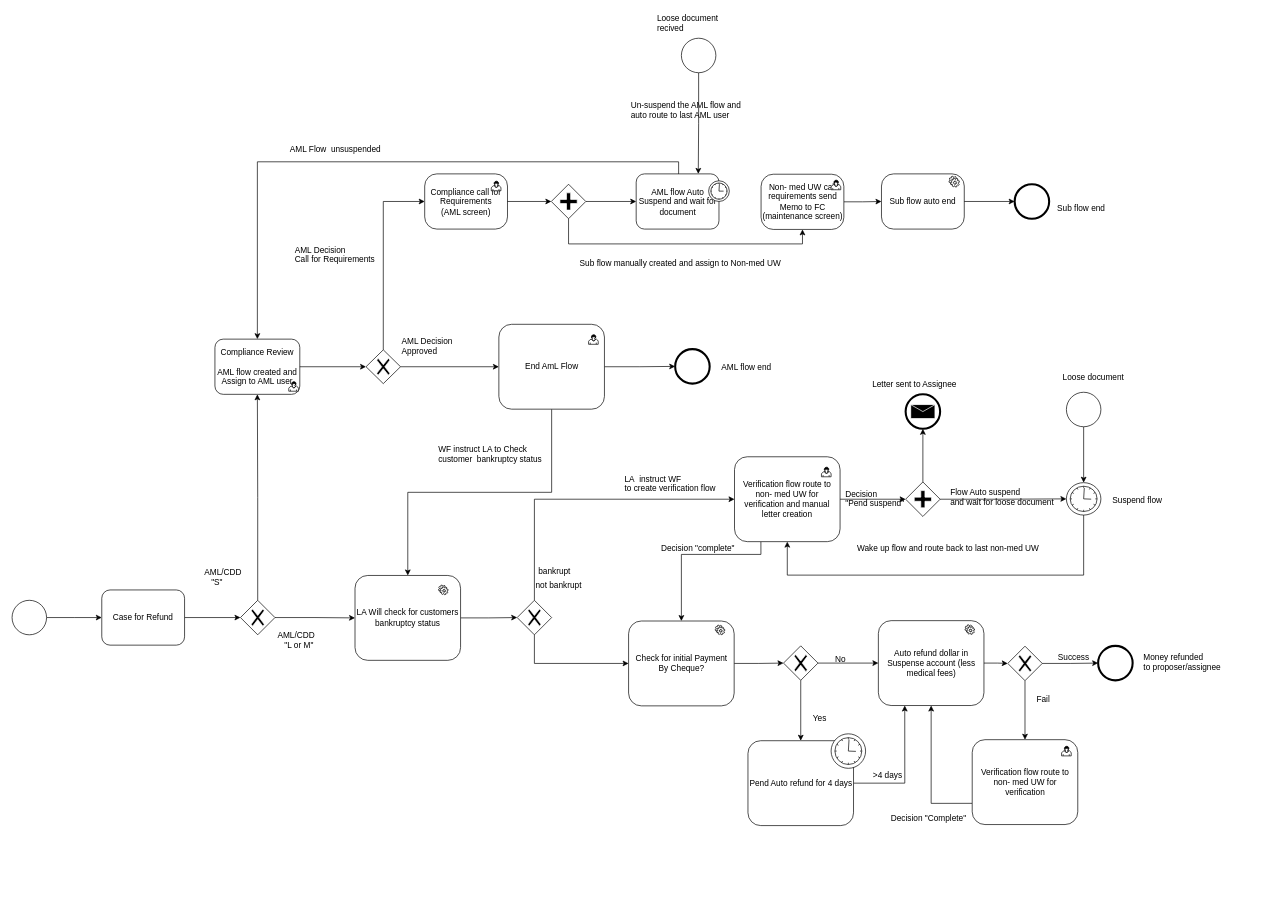
Above: page "Refund" (11 of 13) of Jeff.drawio in Jefferzonlee/WorkFlow-BPR (draw.io), before the change. Source tidied: cells renumbered, new cells numbered last; positions are measured from the earlier drawing's top-left corner, leaving out a move shared by most shapes. Both pictures are drawn from the tidied source at 69%, with x=0, y=0 at pixel (12, 12).
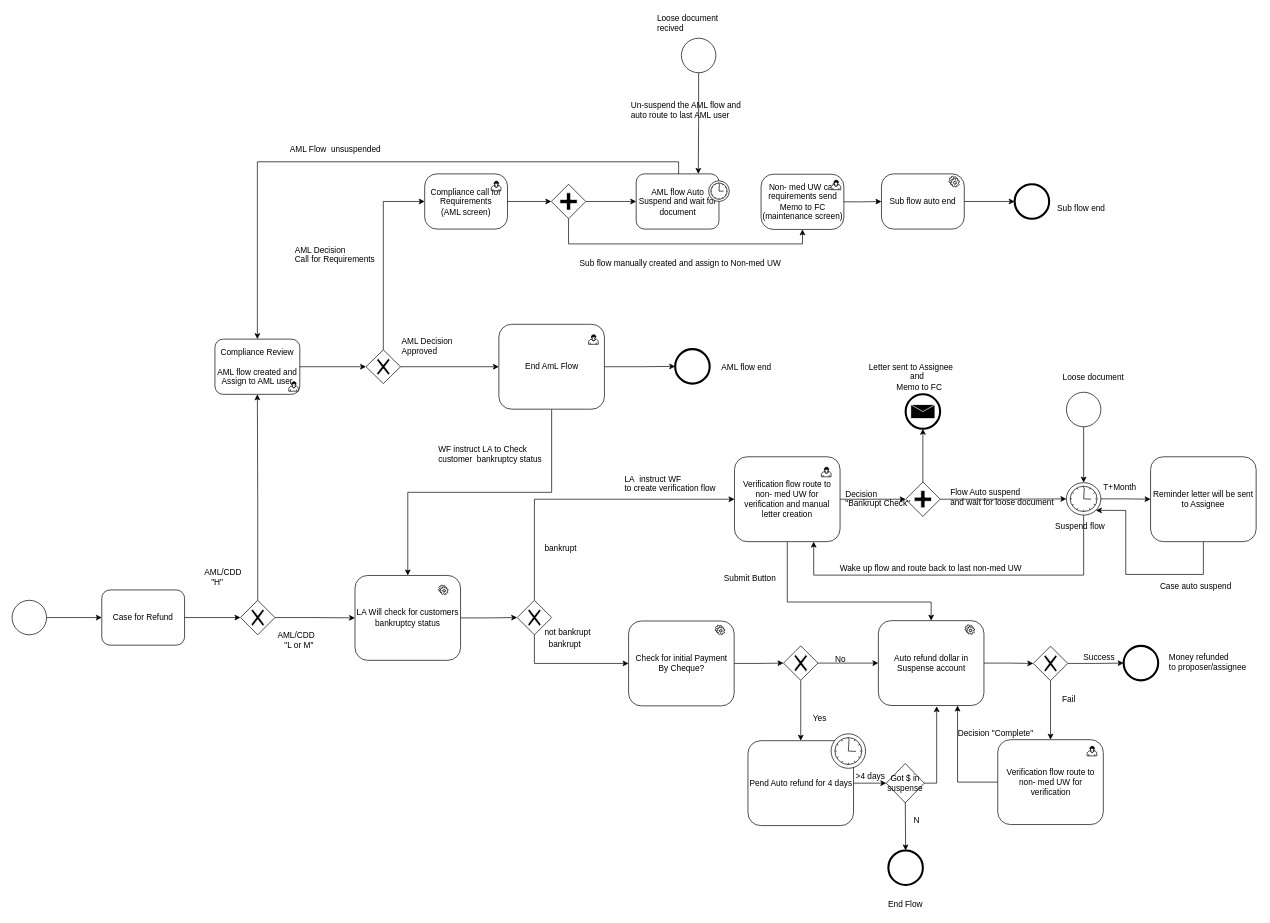
After the change.

The change refers to these unchanged cells:
```xml
<mxCell id="60" value="Verification flow route to non- med UW for verification and manual letter creation" style="shape=ext;rounded=1;html=1;whiteSpace=wrap;" parent="1" vertex="1">
  <mxGeometry x="1047" y="644.5" width="153" height="123" as="geometry" />
</mxCell>
<mxCell id="75" style="shape=mxgraph.bpmn.shape;html=1;verticalLabelPosition=bottom;labelBackgroundColor=#ffffff;verticalAlign=top;align=center;perimeter=ellipsePerimeter;outlineConnect=0;outline=standard;symbol=timer;" parent="1" vertex="1">
  <mxGeometry x="1528" y="682" width="50" height="47" as="geometry" />
</mxCell>
<mxCell id="79" value="Check for initial Payment&lt;br&gt;By Cheque?&lt;br&gt;" style="shape=ext;rounded=1;html=1;whiteSpace=wrap;" parent="1" vertex="1">
  <mxGeometry x="893.5" y="882.5" width="153" height="123" as="geometry" />
</mxCell>
<mxCell id="92" value="Pend Auto refund for 4 days" style="shape=ext;rounded=1;html=1;whiteSpace=wrap;" parent="1" vertex="1">
  <mxGeometry x="1066.5" y="1056" width="153" height="123" as="geometry" />
</mxCell>
```

Diff of the diagram source:
```diff
@@
-    <mxCell id="9" value="AML/CDD&lt;br&gt;&amp;nbsp; &amp;nbsp;&quot;S&quot;&lt;br&gt;" style="text;html=1;align=left;verticalAlign=top;spacingTop=-4;" parent="1" vertex="1">
+    <mxCell id="9" value="AML/CDD&lt;br&gt;&amp;nbsp; &amp;nbsp;&quot;H&quot;" style="text;html=1;align=left;verticalAlign=top;spacingTop=-4;" parent="1" vertex="1">
       <mxGeometry x="277" y="802.5" width="70" height="30" as="geometry" />
     </mxCell>
@@
     <mxCell id="56" value="not bankrupt" style="text;html=1;align=left;verticalAlign=top;spacingTop=-4;" parent="1" vertex="1">
-      <mxGeometry x="757" y="821" width="80" height="20" as="geometry" />
+      <mxGeometry x="769.5" y="888.5" width="80" height="20" as="geometry" />
     </mxCell>
     <mxCell id="57" value="bankrupt" style="text;html=1;align=left;verticalAlign=top;spacingTop=-4;" parent="1" vertex="1">
-      <mxGeometry x="761" y="800.5" width="60" height="20" as="geometry" />
+      <mxGeometry x="775.5" y="906" width="60" height="20" as="geometry" />
     </mxCell>
@@
-    <mxCell id="59" style="edgeStyle=orthogonalEdgeStyle;rounded=0;jettySize=auto;html=1;exitX=0.25;exitY=1;exitDx=0;exitDy=0;entryX=0.5;entryY=0;entryDx=0;entryDy=0;" parent="1" edge="1" source="60" target="79">
+    <mxCell id="59" style="edgeStyle=orthogonalEdgeStyle;rounded=0;jettySize=auto;html=1;entryX=0.5;entryY=0;entryDx=0;entryDy=0;exitX=0.5;exitY=1;exitDx=0;exitDy=0;" parent="1" edge="1" source="60" target="86">
       <mxGeometry relative="1" as="geometry">
         <Array as="points">
-          <mxPoint x="1085" y="786" />
-          <mxPoint x="970" y="786" />
+          <mxPoint x="1124" y="855" />
+          <mxPoint x="1332" y="855" />
         </Array>
       </mxGeometry>
     </mxCell>
@@
     <mxCell id="64" value="Suspend flow" style="text;html=1;align=left;verticalAlign=top;spacingTop=-4;" parent="1" vertex="1">
-      <mxGeometry x="1593" y="697.5" width="90" height="20" as="geometry" />
+      <mxGeometry x="1510" y="735" width="90" height="20" as="geometry" />
     </mxCell>
@@
-    <mxCell id="68" value="Letter sent to Assignee" style="text;html=1;align=left;verticalAlign=top;spacingTop=-4;" parent="1" vertex="1">
-      <mxGeometry x="1245" y="530" width="140" height="20" as="geometry" />
+    <mxCell id="68" value="Letter sent to Assignee &lt;br&gt;&amp;nbsp; &amp;nbsp; &amp;nbsp; &amp;nbsp; &amp;nbsp; &amp;nbsp; &amp;nbsp; &amp;nbsp; &amp;nbsp; and &lt;br&gt;&amp;nbsp; &amp;nbsp; &amp;nbsp; &amp;nbsp; &amp;nbsp; &amp;nbsp; Memo to FC" style="text;html=1;align=left;verticalAlign=top;spacingTop=-4;" parent="1" vertex="1">
+      <mxGeometry x="1240" y="504.5" width="140" height="40" as="geometry" />
     </mxCell>
@@
-    <mxCell id="70" value="Decision &lt;br&gt;&quot;Pend suspend&quot;" style="text;html=1;align=left;verticalAlign=top;spacingTop=-4;" parent="1" vertex="1">
-      <mxGeometry x="1205.5" y="689" width="100" height="30" as="geometry" />
+    <mxCell id="70" value="Decision &lt;br&gt;&quot;Bankrupt Check&quot;" style="text;html=1;align=left;verticalAlign=top;spacingTop=-4;" parent="1" vertex="1">
+      <mxGeometry x="1205.5" y="689" width="110" height="30" as="geometry" />
     </mxCell>
@@
-    <mxCell id="74" style="edgeStyle=orthogonalEdgeStyle;rounded=0;jettySize=auto;html=1;entryX=0.5;entryY=1;entryDx=0;entryDy=0;" parent="1" edge="1" source="75" target="60">
+    <mxCell id="74" style="edgeStyle=orthogonalEdgeStyle;rounded=0;jettySize=auto;html=1;entryX=0.75;entryY=1;entryDx=0;entryDy=0;" parent="1" edge="1" source="75" target="60">
       <mxGeometry relative="1" as="geometry">
         <Array as="points">
           <mxPoint x="1553" y="816" />
-          <mxPoint x="1124" y="816" />
+          <mxPoint x="1162" y="816" />
         </Array>
       </mxGeometry>
     </mxCell>
+    <mxCell id="104" style="edgeStyle=orthogonalEdgeStyle;rounded=0;jettySize=auto;html=1;entryX=0;entryY=0.5;entryDx=0;entryDy=0;" parent="1" edge="1" source="75" target="108">
+      <mxGeometry relative="1" as="geometry" />
+    </mxCell>
@@
     <mxCell id="76" value="Wake up flow and route back to last non-med UW" style="text;html=1;align=left;verticalAlign=top;spacingTop=-4;" parent="1" vertex="1">
-      <mxGeometry x="1223" y="767.5" width="280" height="20" as="geometry" />
+      <mxGeometry x="1198" y="796.5" width="280" height="20" as="geometry" />
     </mxCell>
-    <mxCell id="77" value="Decision &quot;complete&quot;&amp;nbsp;" style="text;html=1;align=left;verticalAlign=top;spacingTop=-4;" parent="1" vertex="1">
-      <mxGeometry x="939" y="767.5" width="130" height="20" as="geometry" />
+    <mxCell id="77" value="Submit Button" style="text;html=1;align=left;verticalAlign=top;spacingTop=-4;" parent="1" vertex="1">
+      <mxGeometry x="1029.5" y="810.5" width="90" height="20" as="geometry" />
     </mxCell>
@@
-    <mxCell id="86" value="Auto refund dollar in Suspense account (less medical fees)&lt;br&gt;" style="shape=ext;rounded=1;html=1;whiteSpace=wrap;" parent="1" vertex="1">
+    <mxCell id="86" value="Auto refund dollar in Suspense account" style="shape=ext;rounded=1;html=1;whiteSpace=wrap;" parent="1" vertex="1">
       <mxGeometry x="1255.5" y="882" width="153" height="123" as="geometry" />
     </mxCell>
@@
     <mxCell id="88" style="shape=mxgraph.bpmn.shape;html=1;verticalLabelPosition=bottom;labelBackgroundColor=#ffffff;verticalAlign=top;align=center;perimeter=ellipsePerimeter;outlineConnect=0;outline=end;symbol=general;" parent="1" vertex="1">
-      <mxGeometry x="1574" y="918.5" width="50" height="50" as="geometry" />
+      <mxGeometry x="1611" y="918.5" width="50" height="50" as="geometry" />
     </mxCell>
     <mxCell id="89" value="Money refunded &lt;br&gt;to proposer/assignee" style="text;html=1;align=left;verticalAlign=top;spacingTop=-4;" parent="1" vertex="1">
-      <mxGeometry x="1638" y="926" width="130" height="30" as="geometry" />
+      <mxGeometry x="1675" y="926" width="130" height="30" as="geometry" />
     </mxCell>
@@
-    <mxCell id="91" style="edgeStyle=orthogonalEdgeStyle;rounded=0;jettySize=auto;html=1;entryX=0.25;entryY=1;entryDx=0;entryDy=0;" parent="1" edge="1" source="92" target="86">
-      <mxGeometry relative="1" as="geometry" />
+    <mxCell id="91" style="edgeStyle=orthogonalEdgeStyle;rounded=0;jettySize=auto;html=1;exitX=1;exitY=0.5;exitDx=0;exitDy=0;" parent="1" edge="1" source="113">
+      <mxGeometry relative="1" as="geometry">
+        <mxPoint x="1340" y="1006" as="targetPoint" />
+        <Array as="points">
+          <mxPoint x="1340" y="1118" />
+        </Array>
+      </mxGeometry>
     </mxCell>
@@
     <mxCell id="94" value="&amp;gt;4 days" style="text;html=1;align=left;verticalAlign=top;spacingTop=-4;" parent="1" vertex="1">
-      <mxGeometry x="1245.5" y="1096" width="60" height="20" as="geometry" />
+      <mxGeometry x="1221" y="1097.5" width="60" height="20" as="geometry" />
     </mxCell>
@@
     <mxCell id="96" style="shape=mxgraph.bpmn.shape;html=1;verticalLabelPosition=bottom;labelBackgroundColor=#ffffff;verticalAlign=top;align=center;perimeter=rhombusPerimeter;background=gateway;outlineConnect=0;outline=none;symbol=exclusiveGw;" parent="1" vertex="1">
-      <mxGeometry x="1443" y="919" width="50" height="50" as="geometry" />
+      <mxGeometry x="1480" y="919" width="50" height="50" as="geometry" />
     </mxCell>
@@
     <mxCell id="98" value="Success" style="text;html=1;align=left;verticalAlign=top;spacingTop=-4;" parent="1" vertex="1">
-      <mxGeometry x="1514" y="926" width="60" height="20" as="geometry" />
+      <mxGeometry x="1551" y="926" width="60" height="20" as="geometry" />
     </mxCell>
     <mxCell id="99" value="Fail" style="text;html=1;align=left;verticalAlign=top;spacingTop=-4;" parent="1" vertex="1">
-      <mxGeometry x="1483" y="987" width="30" height="20" as="geometry" />
+      <mxGeometry x="1520" y="987" width="30" height="20" as="geometry" />
     </mxCell>
-    <mxCell id="100" style="edgeStyle=orthogonalEdgeStyle;rounded=0;jettySize=auto;html=1;entryX=0.5;entryY=1;entryDx=0;entryDy=0;exitX=0;exitY=0.75;exitDx=0;exitDy=0;" parent="1" edge="1" source="101" target="86">
+    <mxCell id="100" style="edgeStyle=orthogonalEdgeStyle;rounded=0;jettySize=auto;html=1;entryX=0.75;entryY=1;entryDx=0;entryDy=0;exitX=0;exitY=0.5;exitDx=0;exitDy=0;" parent="1" edge="1" source="101" target="86">
       <mxGeometry relative="1" as="geometry" />
     </mxCell>
     <mxCell id="101" value="Verification flow route to non- med UW for verification" style="shape=ext;rounded=1;html=1;whiteSpace=wrap;" parent="1" vertex="1">
-      <mxGeometry x="1391.5" y="1054.5" width="153" height="123" as="geometry" />
+      <mxGeometry x="1428.5" y="1054.5" width="153" height="123" as="geometry" />
     </mxCell>
     <mxCell id="102" style="html=1;shape=mxgraph.bpmn.user_task;" parent="1" vertex="1">
-      <mxGeometry x="1521" y="1064" width="14" height="14" as="geometry">
+      <mxGeometry x="1558" y="1064" width="14" height="14" as="geometry">
         <mxPoint x="7" y="7" as="offset" />
       </mxGeometry>
     </mxCell>
     <mxCell id="103" value="Decision &quot;Complete&quot;" style="text;html=1;align=left;verticalAlign=top;spacingTop=-4;" parent="1" vertex="1">
-      <mxGeometry x="1272" y="1159" width="120" height="20" as="geometry" />
+      <mxGeometry x="1368.5" y="1036" width="120" height="20" as="geometry" />
     </mxCell>
+    <mxCell id="105" value="bankrupt" style="text;html=1;align=left;verticalAlign=top;spacingTop=-4;" parent="1" vertex="1">
+      <mxGeometry x="770" y="767.5" width="60" height="20" as="geometry" />
+    </mxCell>
+    <mxCell id="106" value="T+Month" style="text;html=1;align=left;verticalAlign=top;spacingTop=-4;" parent="1" vertex="1">
+      <mxGeometry x="1580" y="679" width="60" height="20" as="geometry" />
+    </mxCell>
+    <mxCell id="107" style="edgeStyle=orthogonalEdgeStyle;rounded=0;jettySize=auto;html=1;entryX=0.855;entryY=0.855;entryDx=0;entryDy=0;entryPerimeter=0;exitX=0.5;exitY=1;exitDx=0;exitDy=0;" parent="1" edge="1" source="108" target="75">
+      <mxGeometry relative="1" as="geometry">
+        <Array as="points">
+          <mxPoint x="1727" y="815" />
+          <mxPoint x="1614" y="815" />
+          <mxPoint x="1614" y="722" />
+        </Array>
+      </mxGeometry>
+    </mxCell>
+    <mxCell id="108" value="Reminder letter will be sent to Assignee" style="shape=ext;rounded=1;html=1;whiteSpace=wrap;" parent="1" vertex="1">
+      <mxGeometry x="1650" y="644.5" width="153" height="123" as="geometry" />
+    </mxCell>
+    <mxCell id="109" value="Case auto suspend" style="text;html=1;align=left;verticalAlign=top;spacingTop=-4;" parent="1" vertex="1">
+      <mxGeometry x="1662" y="822.5" width="120" height="20" as="geometry" />
+    </mxCell>
+    <mxCell id="110" style="edgeStyle=orthogonalEdgeStyle;rounded=0;jettySize=auto;html=1;entryX=0.5;entryY=0;entryDx=0;entryDy=0;" parent="1" edge="1" target="114">
+      <mxGeometry relative="1" as="geometry">
+        <mxPoint x="1294.5" y="1143" as="sourcePoint" />
+      </mxGeometry>
+    </mxCell>
+    <mxCell id="111" style="edgeStyle=orthogonalEdgeStyle;rounded=0;jettySize=auto;html=1;entryX=0;entryY=0.5;entryDx=0;entryDy=0;" parent="1" edge="1" source="92" target="113">
+      <mxGeometry relative="1" as="geometry" />
+    </mxCell>
+    <mxCell id="112" value="N" style="text;html=1;align=left;verticalAlign=top;spacingTop=-4;" parent="1" vertex="1">
+      <mxGeometry x="1305" y="1162" width="20" height="20" as="geometry" />
+    </mxCell>
+    <mxCell id="113" value="Got $ in suspense" style="rhombus;whiteSpace=wrap;html=1;" parent="1" vertex="1">
+      <mxGeometry x="1267" y="1089" width="55" height="57" as="geometry" />
+    </mxCell>
+    <mxCell id="114" style="shape=mxgraph.bpmn.shape;html=1;verticalLabelPosition=bottom;labelBackgroundColor=#ffffff;verticalAlign=top;align=center;perimeter=ellipsePerimeter;outlineConnect=0;outline=end;symbol=general;" parent="1" vertex="1">
+      <mxGeometry x="1270" y="1215" width="50" height="50" as="geometry" />
+    </mxCell>
+    <mxCell id="115" value="End Flow" style="text;html=1;align=left;verticalAlign=top;spacingTop=-4;" parent="1" vertex="1">
+      <mxGeometry x="1268" y="1283" width="70" height="20" as="geometry" />
+    </mxCell>
```
